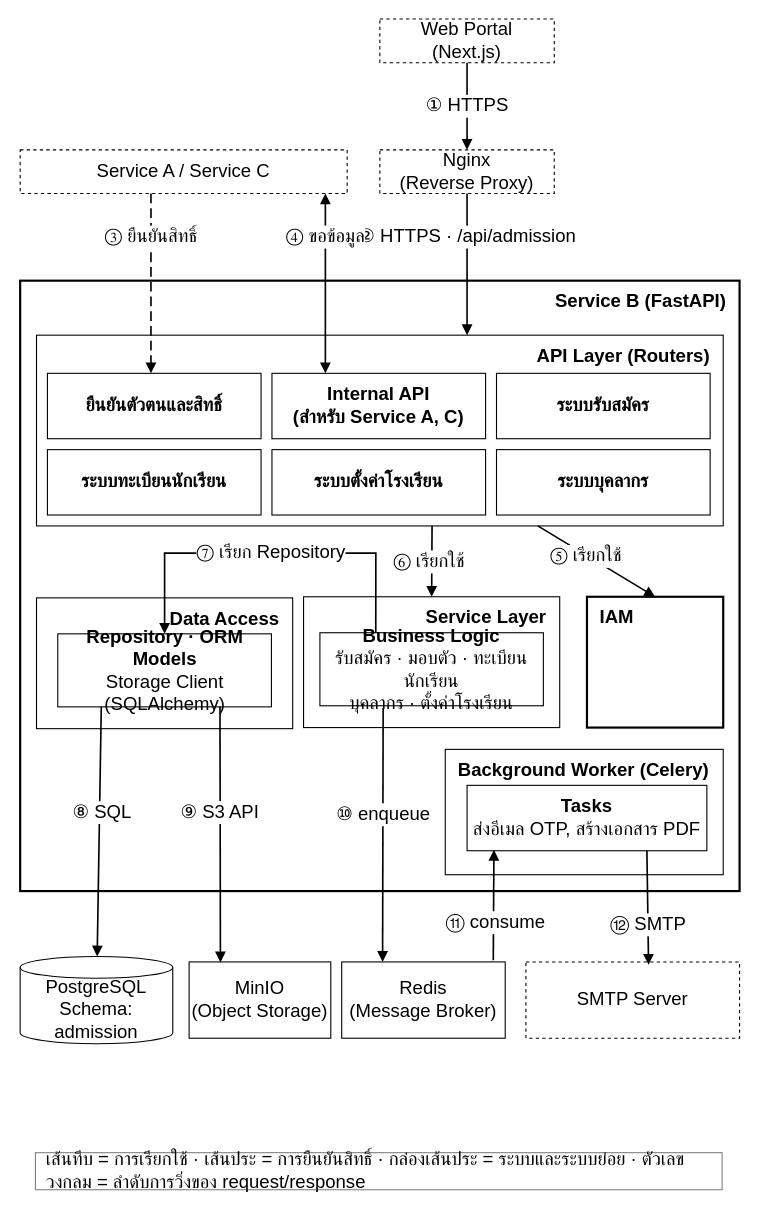
Above: page "Service B (Component Diagram · ฉบับทางการ)" (5 of 5) of materials/doc/system-architecture.drawio in RealTiraqmisu/SchoolDark (draw.io), before the change. Source tidied: cells renumbered, new cells numbered last; positions are measured from the earlier drawing's top-left corner, leaving out a move shared by most shapes. Both pictures are drawn from the tidied source at 109%, with x=0, y=0 at pixel (20, 19).
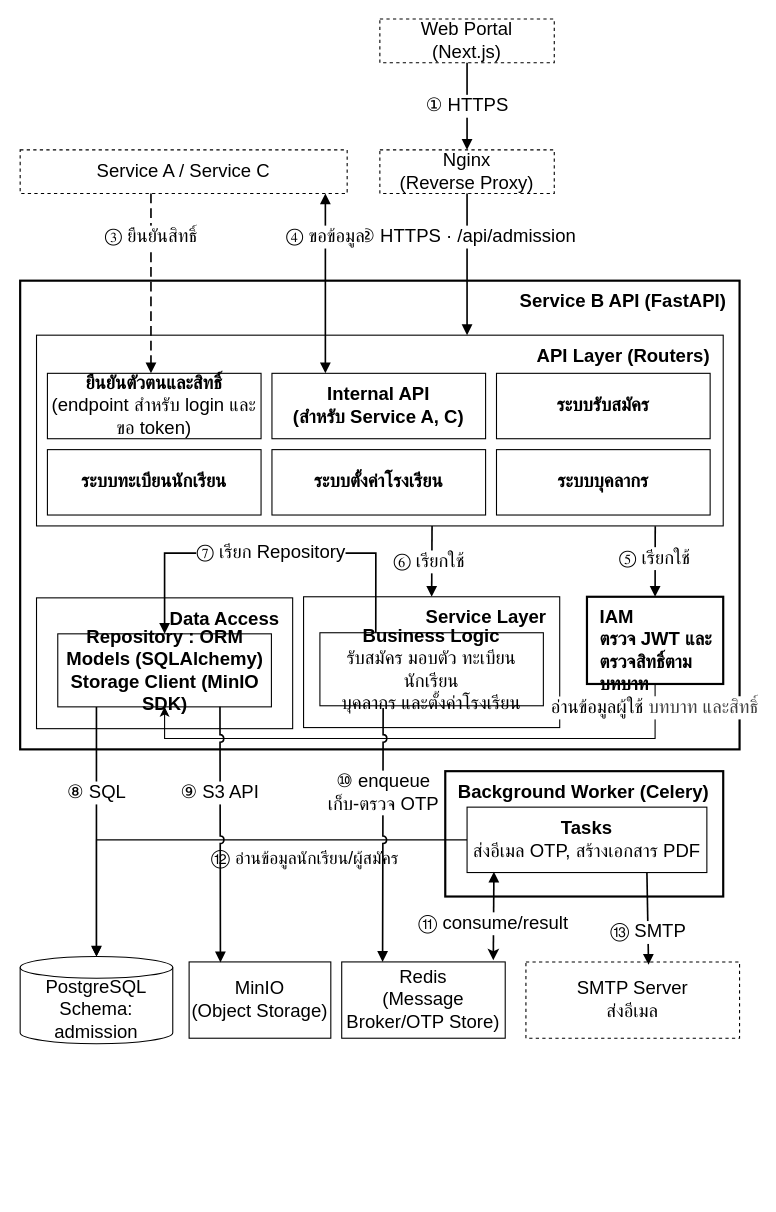
The same diagram, later.

The change refers to these unchanged cells:
```xml
<mxCell id="6" value="API Layer (Routers)" style="rounded=0;whiteSpace=wrap;html=1;fillColor=none;strokeColor=#000000;strokeWidth=1;fontColor=#000000;fontStyle=1;align=right;verticalAlign=top;spacingLeft=10;spacingRight=10;spacingTop=3;fontFamily=TH SarabunPSK;fontSize=17;" parent="1" vertex="1">
  <mxGeometry x="15" y="290" width="630" height="175" as="geometry" />
</mxCell>
<mxCell id="20" value="PostgreSQL&lt;br&gt;Schema: admission" style="shape=cylinder3;whiteSpace=wrap;html=1;boundedLbl=1;backgroundOutline=1;size=10;fillColor=#FFFFFF;strokeColor=#000000;strokeWidth=1;fontColor=#000000;fontFamily=TH SarabunPSK;fontSize=17;" parent="1" vertex="1">
  <mxGeometry y="860" width="140" height="80" as="geometry" />
</mxCell>
<mxCell id="21" value="MinIO&lt;br&gt;(Object Storage)" style="rounded=0;whiteSpace=wrap;html=1;fillColor=#FFFFFF;strokeColor=#000000;strokeWidth=1;fontColor=#000000;fontFamily=TH SarabunPSK;fontSize=17;" parent="1" vertex="1">
  <mxGeometry x="155" y="865" width="130" height="70" as="geometry" />
</mxCell>
```

Change to the diagram source:
```diff
@@
-    <mxCell id="2" value="Service B (FastAPI)" style="rounded=0;whiteSpace=wrap;html=1;fillColor=none;strokeColor=#000000;strokeWidth=2;fontColor=#000000;fontStyle=1;align=right;verticalAlign=top;spacingLeft=10;spacingRight=10;spacingTop=3;fontFamily=TH SarabunPSK;fontSize=17;" parent="1" vertex="1">
-      <mxGeometry y="240" width="660" height="560" as="geometry" />
+    <mxCell id="2" value="Service B API (FastAPI)" style="rounded=0;whiteSpace=wrap;html=1;fillColor=none;strokeColor=#000000;strokeWidth=2;fontColor=#000000;fontStyle=1;align=right;verticalAlign=top;spacingLeft=10;spacingRight=10;spacingTop=3;fontFamily=TH SarabunPSK;fontSize=17;" parent="1" vertex="1">
+      <mxGeometry y="240" width="660" height="430" as="geometry" />
     </mxCell>
@@
-    <mxCell id="7" value="&lt;b&gt;ยืนยันตัวตนและสิทธิ์&lt;/b&gt;" style="rounded=0;whiteSpace=wrap;html=1;fillColor=#FFFFFF;strokeColor=#000000;strokeWidth=1;fontColor=#000000;fontFamily=TH SarabunPSK;fontSize=17;" parent="1" vertex="1">
+    <mxCell id="7" value="&lt;b&gt;ยืนยันตัวตนและสิทธิ์&lt;/b&gt;&lt;div&gt;(endpoint สำหรับ login และขอ token)&lt;b&gt;&lt;/b&gt;&lt;/div&gt;" style="rounded=0;whiteSpace=wrap;html=1;fillColor=#FFFFFF;strokeColor=#000000;strokeWidth=1;fontColor=#000000;fontFamily=TH SarabunPSK;fontSize=17;" parent="1" vertex="1">
       <mxGeometry x="25" y="325" width="196" height="60" as="geometry" />
     </mxCell>
@@
-    <mxCell id="14" value="&lt;b&gt;Business Logic&lt;/b&gt;&lt;br&gt;รับสมัคร · มอบตัว · ทะเบียนนักเรียน&lt;br&gt;บุคลากร · ตั้งค่าโรงเรียน" style="rounded=0;whiteSpace=wrap;html=1;fillColor=#FFFFFF;strokeColor=#000000;strokeWidth=1;fontColor=#000000;fontFamily=TH SarabunPSK;fontSize=17;" parent="1" vertex="1">
+    <mxCell id="14" value="&lt;b&gt;Business Logic&lt;/b&gt;&lt;br&gt;รับสมัคร มอบตัว ทะเบียนนักเรียน&lt;br&gt;บุคลากร และตั้งค่าโรงเรียน" style="rounded=0;whiteSpace=wrap;html=1;fillColor=#FFFFFF;strokeColor=#000000;strokeWidth=1;fontColor=#000000;fontFamily=TH SarabunPSK;fontSize=17;" parent="1" vertex="1">
       <mxGeometry x="275" y="563" width="205" height="67" as="geometry" />
     </mxCell>
+    <mxCell id="37" style="edgeStyle=orthogonalEdgeStyle;html=1;entryX=0.5;entryY=1;entryDx=0;entryDy=0;rounded=0;" parent="1" edge="1" source="15" target="17">
+      <mxGeometry x="0.04" relative="1" as="geometry">
+        <Array as="points">
+          <mxPoint x="582.5" y="660" />
+          <mxPoint x="132.5" y="660" />
+        </Array>
+      </mxGeometry>
+    </mxCell>
+    <mxCell id="38" value="&lt;font face=&quot;TH SarabunPSK&quot;&gt;&lt;span style=&quot;font-size: 17px;&quot;&gt;อ่านข้อมูลผู้ใช้&amp;nbsp;&lt;/span&gt;&lt;/font&gt;&lt;span style=&quot;color: rgb(63, 63, 63); font-size: 17px; font-family: &amp;quot;TH SarabunPSK&amp;quot;; background-color: light-dark(#ffffff, var(--ge-dark-color, #121212));&quot;&gt;บทบาท และสิทธิ์&lt;/span&gt;" style="edgeLabel;html=1;align=center;verticalAlign=middle;inheritText=1;" parent="37" vertex="1">
+      <mxGeometry x="-0.6" relative="1" as="geometry">
+        <mxPoint x="55" y="-29" as="offset" />
+      </mxGeometry>
+    </mxCell>
-    <mxCell id="15" value="IAM" style="rounded=0;whiteSpace=wrap;html=1;fillColor=none;strokeColor=#000000;strokeWidth=2;fontColor=#000000;fontStyle=1;align=left;verticalAlign=top;spacingLeft=10;spacingRight=10;spacingTop=3;fontFamily=TH SarabunPSK;fontSize=17;" parent="1" vertex="1">
-      <mxGeometry x="520" y="530" width="125" height="120" as="geometry" />
+    <mxCell id="15" value="IAM&lt;div&gt;ตรวจ JWT และ ตรวจสิทธิ์ตามบทบาท&lt;/div&gt;" style="rounded=0;whiteSpace=wrap;html=1;fillColor=none;strokeColor=#000000;strokeWidth=2;fontColor=#000000;fontStyle=1;align=left;verticalAlign=top;spacingLeft=10;spacingRight=10;spacingTop=3;fontFamily=TH SarabunPSK;fontSize=17;" parent="1" vertex="1">
+      <mxGeometry x="520" y="530" width="125" height="80" as="geometry" />
     </mxCell>
@@
-    <mxCell id="17" value="&lt;b&gt;Repository · ORM Models&lt;/b&gt;&lt;br&gt;Storage Client (SQLAlchemy)" style="rounded=0;whiteSpace=wrap;html=1;fillColor=#FFFFFF;strokeColor=#000000;strokeWidth=1;fontColor=#000000;fontFamily=TH SarabunPSK;fontSize=17;" parent="1" vertex="1">
+    <mxCell id="17" value="&lt;strong&gt;Repository : ORM Models (SQLAlchemy)&lt;/strong&gt;&lt;br&gt;&lt;strong&gt;Storage Client (MinIO SDK)&lt;/strong&gt;" style="rounded=0;whiteSpace=wrap;html=1;fillColor=#FFFFFF;strokeColor=#000000;strokeWidth=1;fontColor=#000000;fontFamily=TH SarabunPSK;fontSize=17;" parent="1" vertex="1">
       <mxGeometry x="34.5" y="564" width="196" height="67" as="geometry" />
     </mxCell>
-    <mxCell id="18" value="Background Worker (Celery)" style="rounded=0;whiteSpace=wrap;html=1;fillColor=none;strokeColor=#000000;strokeWidth=1;fontColor=#000000;fontStyle=1;align=left;verticalAlign=top;spacingLeft=10;spacingRight=10;spacingTop=3;fontFamily=TH SarabunPSK;fontSize=17;" parent="1" vertex="1">
-      <mxGeometry x="390" y="670" width="255" height="115" as="geometry" />
+    <mxCell id="18" value="Background Worker (Celery)" style="rounded=0;whiteSpace=wrap;html=1;fillColor=none;strokeColor=#000000;strokeWidth=2;fontColor=#000000;fontStyle=1;align=left;verticalAlign=top;spacingLeft=10;spacingRight=10;spacingTop=3;fontFamily=TH SarabunPSK;fontSize=17;" parent="1" vertex="1">
+      <mxGeometry x="390" y="690" width="255" height="115" as="geometry" />
     </mxCell>
+    <mxCell id="39" style="edgeStyle=orthogonalEdgeStyle;html=1;entryX=0.5;entryY=0;entryDx=0;entryDy=0;rounded=0;entryPerimeter=0;" parent="1" edge="1" source="19" target="20">
+      <mxGeometry relative="1" as="geometry" />
+    </mxCell>
+    <mxCell id="40" value="&lt;span style=&quot;color: rgb(0, 0, 0); font-family: &amp;quot;TH SarabunPSK&amp;quot;; font-size: 17px;&quot;&gt;⑫&amp;nbsp;&lt;/span&gt;&lt;font face=&quot;TH SarabunPSK&quot; style=&quot;font-size: 16px;&quot;&gt;อ่านข้อมูลนักเรียน/ผู้สมัคร&lt;/font&gt;" style="edgeLabel;html=1;align=center;verticalAlign=middle;inheritText=1;" parent="39" vertex="1">
+      <mxGeometry x="-0.19" relative="1" as="geometry">
+        <mxPoint x="31" y="17" as="offset" />
+      </mxGeometry>
+    </mxCell>
     <mxCell id="19" value="&lt;b&gt;Tasks&lt;/b&gt;&lt;br&gt;ส่งอีเมล OTP, สร้างเอกสาร PDF" style="rounded=0;whiteSpace=wrap;html=1;fillColor=#FFFFFF;strokeColor=#000000;strokeWidth=1;fontColor=#000000;fontFamily=TH SarabunPSK;fontSize=17;" parent="1" vertex="1">
-      <mxGeometry x="410" y="703" width="220" height="60" as="geometry" />
+      <mxGeometry x="410" y="723" width="220" height="60" as="geometry" />
     </mxCell>
@@
-    <mxCell id="22" value="Redis&lt;br&gt;(Message Broker)" style="rounded=0;whiteSpace=wrap;html=1;fillColor=#FFFFFF;strokeColor=#000000;strokeWidth=1;fontColor=#000000;fontFamily=TH SarabunPSK;fontSize=17;" parent="1" vertex="1">
+    <mxCell id="22" value="Redis&lt;br&gt;(Message Broker/OTP Store)" style="rounded=0;whiteSpace=wrap;html=1;fillColor=#FFFFFF;strokeColor=#000000;strokeWidth=1;fontColor=#000000;fontFamily=TH SarabunPSK;fontSize=17;" parent="1" vertex="1">
       <mxGeometry x="295" y="865" width="150" height="70" as="geometry" />
     </mxCell>
-    <mxCell id="23" value="SMTP Server" style="rounded=0;whiteSpace=wrap;html=1;fillColor=#FFFFFF;strokeColor=#000000;strokeWidth=1;fontColor=#000000;fontFamily=TH SarabunPSK;fontSize=17;dashed=1;" parent="1" vertex="1">
+    <mxCell id="23" value="SMTP Server&lt;div&gt;ส่งอีเมล&lt;/div&gt;" style="rounded=0;whiteSpace=wrap;html=1;fillColor=#FFFFFF;strokeColor=#000000;strokeWidth=1;fontColor=#000000;fontFamily=TH SarabunPSK;fontSize=17;dashed=1;" parent="1" vertex="1">
       <mxGeometry x="464" y="865" width="196" height="70" as="geometry" />
     </mxCell>
@@
-    <mxCell id="29" value="⑤ เรียกใช้" style="rounded=0;html=1;endArrow=block;endFill=1;strokeColor=#000000;strokeWidth=1.5;fontColor=#000000;fontSize=17;labelBackgroundColor=#FFFFFF;fontFamily=TH SarabunPSK;entryX=0.5;entryY=0;entryDx=0;entryDy=0;" parent="1" edge="1" source="6" target="15">
-      <mxGeometry x="-0.17" y="-1" relative="1" as="geometry" />
+    <mxCell id="29" value="⑤ เรียกใช้" style="rounded=0;html=1;endArrow=block;endFill=1;strokeColor=#000000;strokeWidth=1.5;fontColor=#000000;fontSize=17;labelBackgroundColor=#FFFFFF;fontFamily=TH SarabunPSK;entryX=0.5;entryY=0;entryDx=0;entryDy=0;exitX=0.901;exitY=1.002;exitDx=0;exitDy=0;exitPerimeter=0;" parent="1" edge="1" source="6" target="15">
+      <mxGeometry x="-0.08" y="-1" relative="1" as="geometry" />
     </mxCell>
@@
-    <mxCell id="31" value="⑧ SQL" style="rounded=0;html=1;endArrow=block;endFill=1;strokeColor=#000000;strokeWidth=1.5;fontColor=#000000;fontSize=17;labelBackgroundColor=#FFFFFF;fontFamily=TH SarabunPSK;exitX=0.2037037037037037;exitY=1;exitDx=0;exitDy=0;jumpStyle=arc;" parent="1" edge="1" source="17" target="20">
-      <mxGeometry x="-0.15" y="2" relative="1" as="geometry" />
+    <mxCell id="31" value="⑧ SQL" style="rounded=0;html=1;endArrow=block;endFill=1;strokeColor=#000000;strokeWidth=1.5;fontColor=#000000;fontSize=17;labelBackgroundColor=#FFFFFF;fontFamily=TH SarabunPSK;exitX=0.181;exitY=1.003;exitDx=0;exitDy=0;jumpStyle=arc;exitPerimeter=0;" parent="1" edge="1" source="17" target="20">
+      <mxGeometry x="-0.31" relative="1" as="geometry" />
     </mxCell>
     <mxCell id="32" value="⑨ S3 API" style="rounded=0;html=1;endArrow=block;endFill=1;strokeColor=#000000;strokeWidth=1.5;fontColor=#000000;fontSize=17;labelBackgroundColor=#FFFFFF;fontFamily=TH SarabunPSK;exitX=0.7592592592592593;exitY=1;exitDx=0;exitDy=0;jumpStyle=arc;entryX=0.221;entryY=0.006;entryDx=0;entryDy=0;entryPerimeter=0;" parent="1" edge="1" source="17" target="21">
-      <mxGeometry x="-0.17" relative="1" as="geometry" />
+      <mxGeometry x="-0.33" relative="1" as="geometry" />
     </mxCell>
-    <mxCell id="33" value="⑩ enqueue" style="rounded=0;html=1;endArrow=block;endFill=1;strokeColor=#000000;strokeWidth=1.5;fontColor=#000000;fontSize=17;labelBackgroundColor=#FFFFFF;fontFamily=TH SarabunPSK;elbow=vertical;entryX=0.25;entryY=0;entryDx=0;entryDy=0;jumpStyle=arc;exitX=0.283;exitY=1.029;exitDx=0;exitDy=0;exitPerimeter=0;" parent="1" edge="1" source="14" target="22">
-      <mxGeometry x="-0.16" relative="1" as="geometry" />
+    <mxCell id="33" value="⑩&amp;nbsp;enqueue&lt;div&gt;เก็บ-ตรวจ OTP&lt;/div&gt;" style="rounded=0;html=1;endArrow=block;endFill=1;strokeColor=#000000;strokeWidth=1.5;fontColor=#000000;fontSize=17;labelBackgroundColor=#FFFFFF;fontFamily=TH SarabunPSK;elbow=vertical;entryX=0.25;entryY=0;entryDx=0;entryDy=0;jumpStyle=arc;exitX=0.283;exitY=1.029;exitDx=0;exitDy=0;exitPerimeter=0;" parent="1" edge="1" source="14" target="22">
+      <mxGeometry x="-0.33" relative="1" as="geometry" />
     </mxCell>
-    <mxCell id="34" value="⑪ consume" style="rounded=0;html=1;endArrow=block;endFill=1;strokeColor=#000000;strokeWidth=1.5;fontColor=#000000;fontSize=17;labelBackgroundColor=#FFFFFF;fontFamily=TH SarabunPSK;entryX=0.112;entryY=0.987;entryDx=0;entryDy=0;exitX=0.927;exitY=-0.022;exitDx=0;exitDy=0;entryPerimeter=0;exitPerimeter=0;" parent="1" edge="1" source="22" target="19">
-      <mxGeometry x="-0.32" y="-2" relative="1" as="geometry" />
+    <mxCell id="34" value="⑪ consume/result" style="rounded=0;html=1;endArrow=block;endFill=1;strokeColor=#000000;strokeWidth=1.5;fontColor=#000000;fontSize=17;labelBackgroundColor=#FFFFFF;fontFamily=TH SarabunPSK;entryX=0.112;entryY=0.987;entryDx=0;entryDy=0;exitX=0.927;exitY=-0.022;exitDx=0;exitDy=0;entryPerimeter=0;exitPerimeter=0;startArrow=classic;startFill=1;" parent="1" edge="1" source="22" target="19">
+      <mxGeometry x="-0.18" relative="1" as="geometry" />
     </mxCell>
-    <mxCell id="35" value="⑫ SMTP" style="rounded=0;html=1;endArrow=block;endFill=1;strokeColor=#000000;strokeWidth=1.5;fontColor=#000000;fontSize=17;labelBackgroundColor=#FFFFFF;fontFamily=TH SarabunPSK;exitX=0.75;exitY=1;exitDx=0;exitDy=0;entryX=0.574;entryY=0.038;entryDx=0;entryDy=0;entryPerimeter=0;" parent="1" edge="1" source="19" target="23">
+    <mxCell id="35" value="⑬ SMTP" style="rounded=0;html=1;endArrow=block;endFill=1;strokeColor=#000000;strokeWidth=1.5;fontColor=#000000;fontSize=17;labelBackgroundColor=#FFFFFF;fontFamily=TH SarabunPSK;exitX=0.75;exitY=1;exitDx=0;exitDy=0;entryX=0.574;entryY=0.038;entryDx=0;entryDy=0;entryPerimeter=0;" parent="1" edge="1" source="19" target="23">
       <mxGeometry x="0.29" relative="1" as="geometry" />
     </mxCell>
-    <mxCell id="36" value="เส้นทึบ = การเรียกใช้ · เส้นประ = การยืนยันสิทธิ์ · กล่องเส้นประ = ระบบและระบบย่อย · ตัวเลขวงกลม = ลำดับการวิ่งของ request/response" style="rounded=0;whiteSpace=wrap;html=1;fillColor=#FFFFFF;strokeColor=#000000;strokeWidth=1;fontColor=#000000;fontFamily=TH SarabunPSK;fontSize=17;align=left;spacingLeft=8;strokeColor=#808080;" parent="1" vertex="1">
-      <mxGeometry x="14" y="1040" width="630" height="34" as="geometry" />
-    </mxCell>
```
